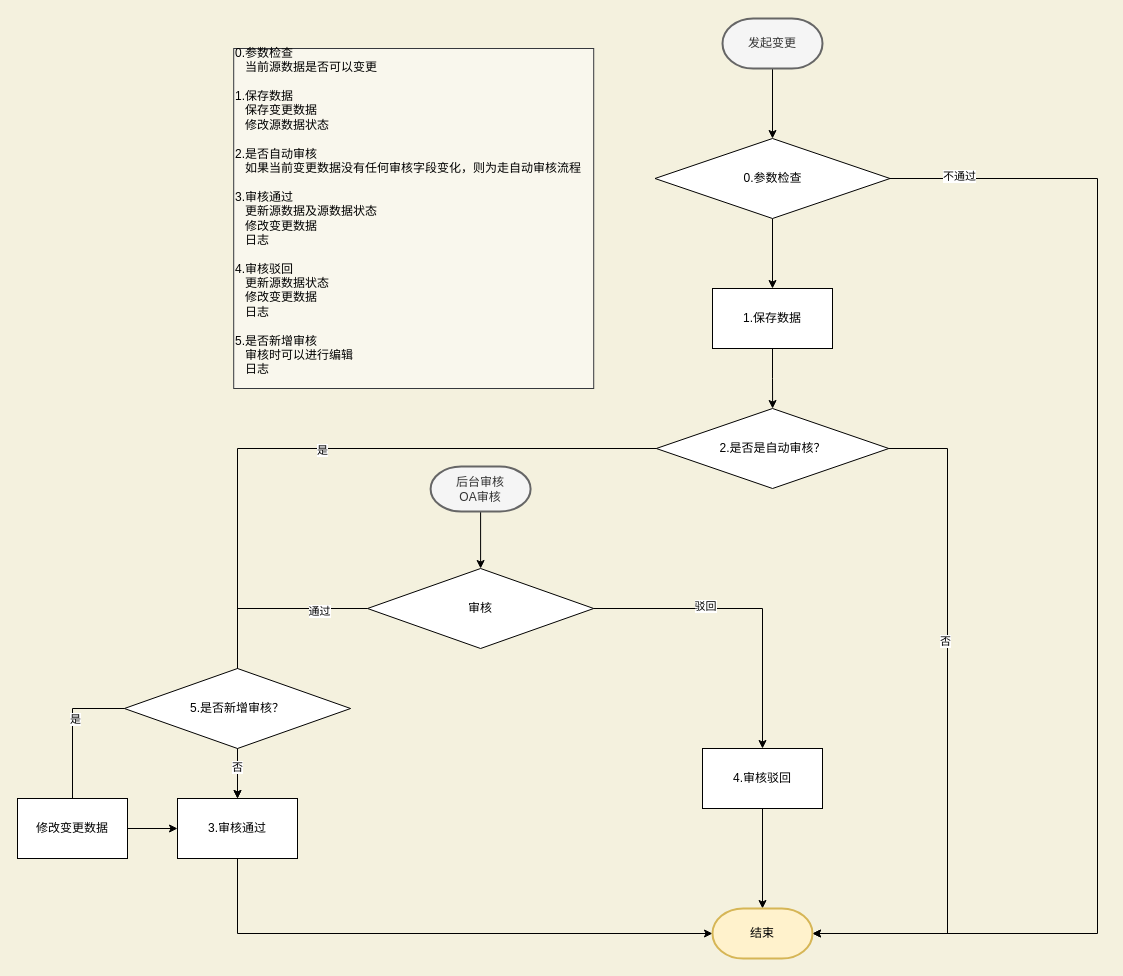
This is Untitled Diagram.drawio from yinyansheng/learngit, a draw.io file, before an edit. Source tidied: cells renumbered, new cells numbered last; positions are measured from the earlier drawing's top-left corner, leaving out a move shared by most shapes. Both pictures are drawn from the tidied source at 100%, with x=0, y=0 at pixel (17, 18).
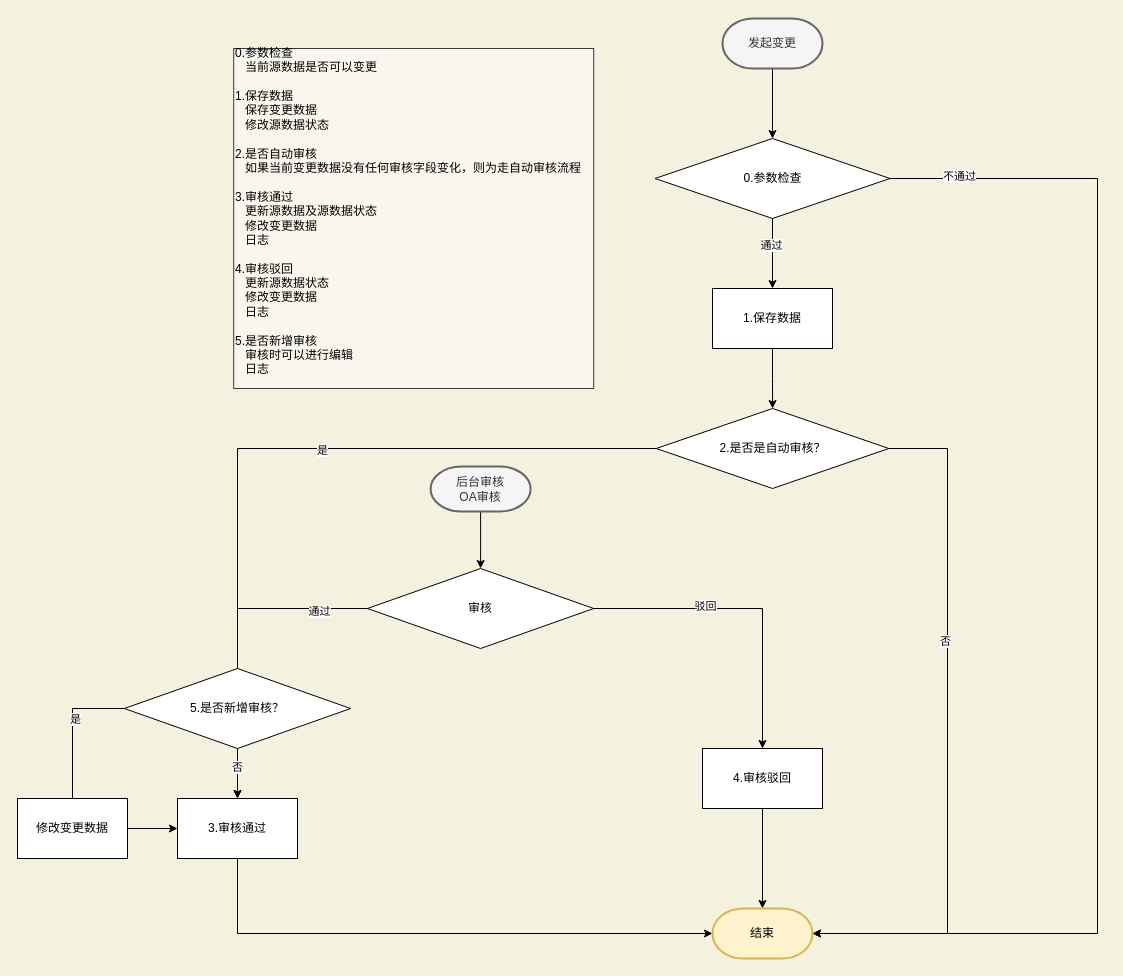
The same page after the edit.

Unchanged cells that the change refers to:
```xml
<mxCell id="4" style="edgeStyle=orthogonalEdgeStyle;rounded=0;jettySize=auto;html=1;" parent="1" edge="1" source="5" target="19">
  <mxGeometry relative="1" as="geometry" />
</mxCell>
```

Diff of the diagram source:
```diff
@@
+    <mxCell id="35" value="通过" style="edgeLabel;html=1;align=center;verticalAlign=middle;" parent="4" vertex="1">
+      <mxGeometry x="-0.26" y="-2" relative="1" as="geometry" />
+    </mxCell>
```
